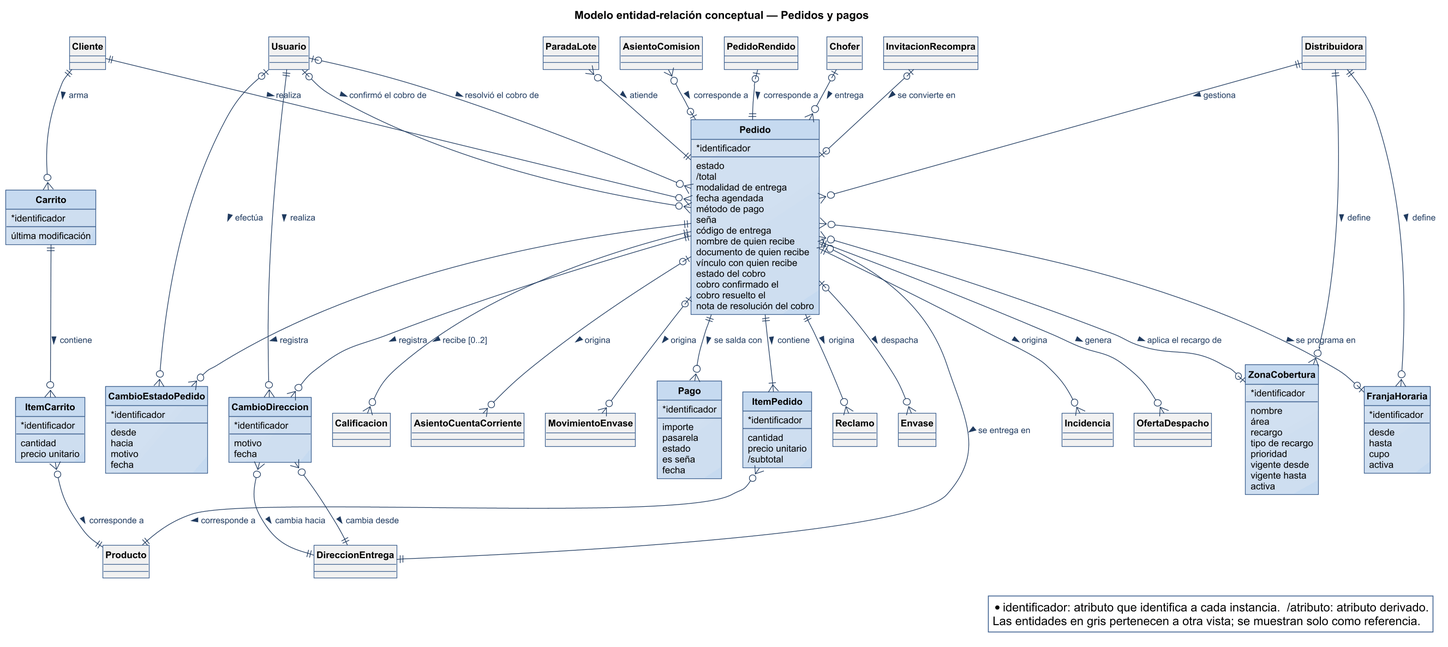
The PlantUML diagram diagramas/base-de-datos/conceptual/SPLG-der-02-pedidos-y-pagos.png in Nahuelito-Dev/splg-docs, before a commit.
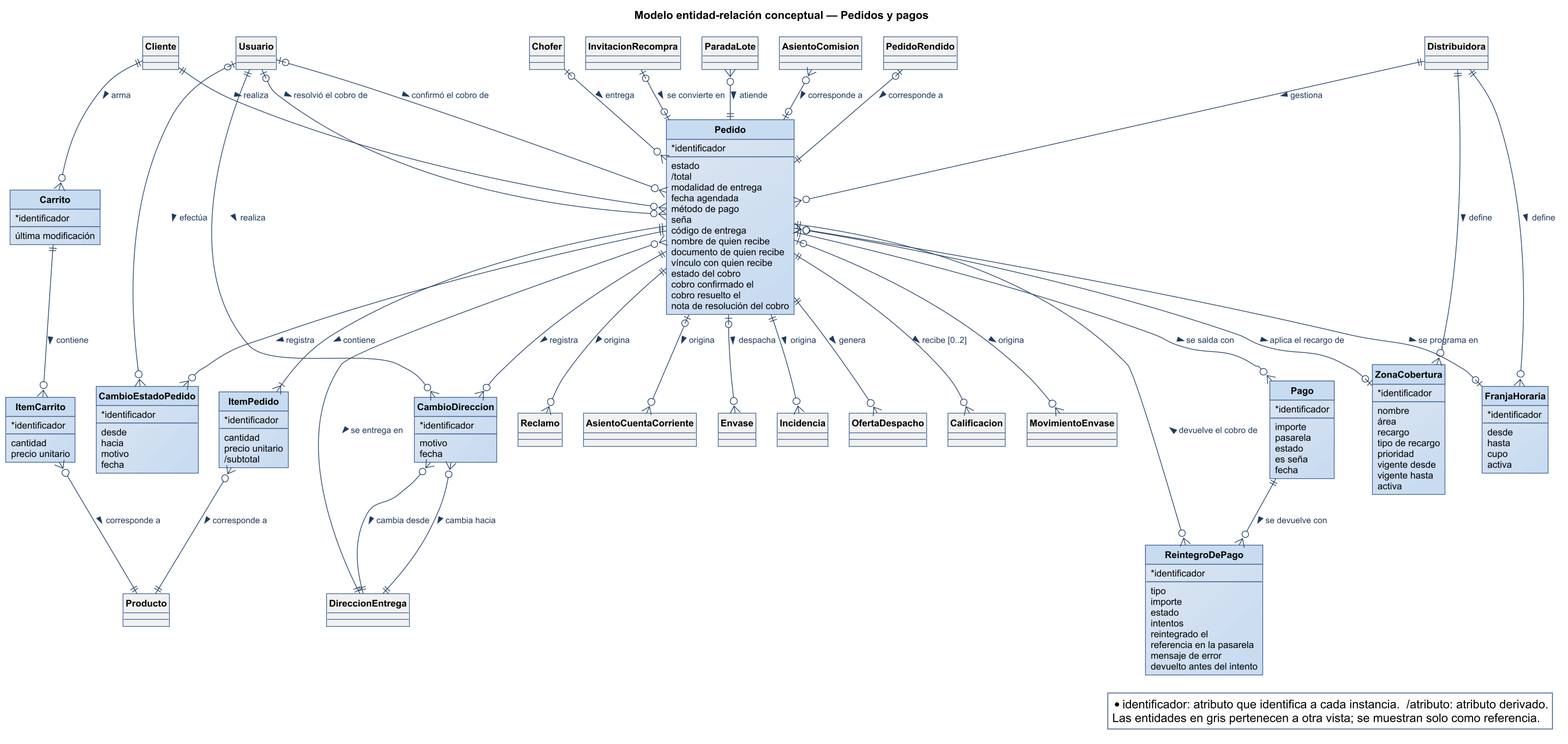
The same file after the commit.

Diff of the diagram source:
```diff
@@ -99,6 +99,18 @@
   {field} es seña
   {field} fecha
 }
+entity ReintegroDePago {
+  * identificador
+  --
+  {field} tipo
+  {field} importe
+  {field} estado
+  {field} intentos
+  {field} reintegrado el
+  {field} referencia en la pasarela
+  {field} mensaje de error
+  {field} devuelto antes del intento
+}
 entity Cliente #F1F1F1 {
 }
 entity Chofer #F1F1F1 {
@@ -113,6 +125,8 @@
 }
 entity Reclamo #F1F1F1 {
 }
+entity AsientoCuentaCorriente #F1F1F1 {
+}
 entity Envase #F1F1F1 {
 }
 entity Incidencia #F1F1F1 {
@@ -126,8 +140,6 @@
 entity ParadaLote #F1F1F1 {
 }
 entity AsientoComision #F1F1F1 {
-}
-entity AsientoCuentaCorriente #F1F1F1 {
 }
 entity MovimientoEnvase #F1F1F1 {
 }
@@ -146,6 +158,7 @@
 Distribuidora ||--o{ Pedido : gestiona >
 Pedido }o--o| FranjaHoraria : se programa en >
 Pedido ||--o{ Reclamo : origina >
+Pedido |o--o{ AsientoCuentaCorriente : origina >
 Pedido |o--o{ Envase : despacha >
 Pedido ||--o{ Incidencia : origina >
 Usuario ||--o{ CambioDireccion : realiza >
@@ -162,8 +175,9 @@
 InvitacionRecompra |o--o| Pedido : se convierte en >
 ParadaLote }o--|| Pedido : atiende >
 AsientoComision }o--o| Pedido : corresponde a >
-Pedido |o--o{ AsientoCuentaCorriente : origina >
 Pedido |o--o{ MovimientoEnvase : origina >
+ReintegroDePago }o--|| Pedido : devuelve el cobro de >
+Pago ||--o{ ReintegroDePago : se devuelve con >
 PedidoRendido |o--|| Pedido : corresponde a >
 Usuario |o--o{ Pedido : confirmó el cobro de >
 Usuario |o--o{ Pedido : resolvió el cobro de >
```
